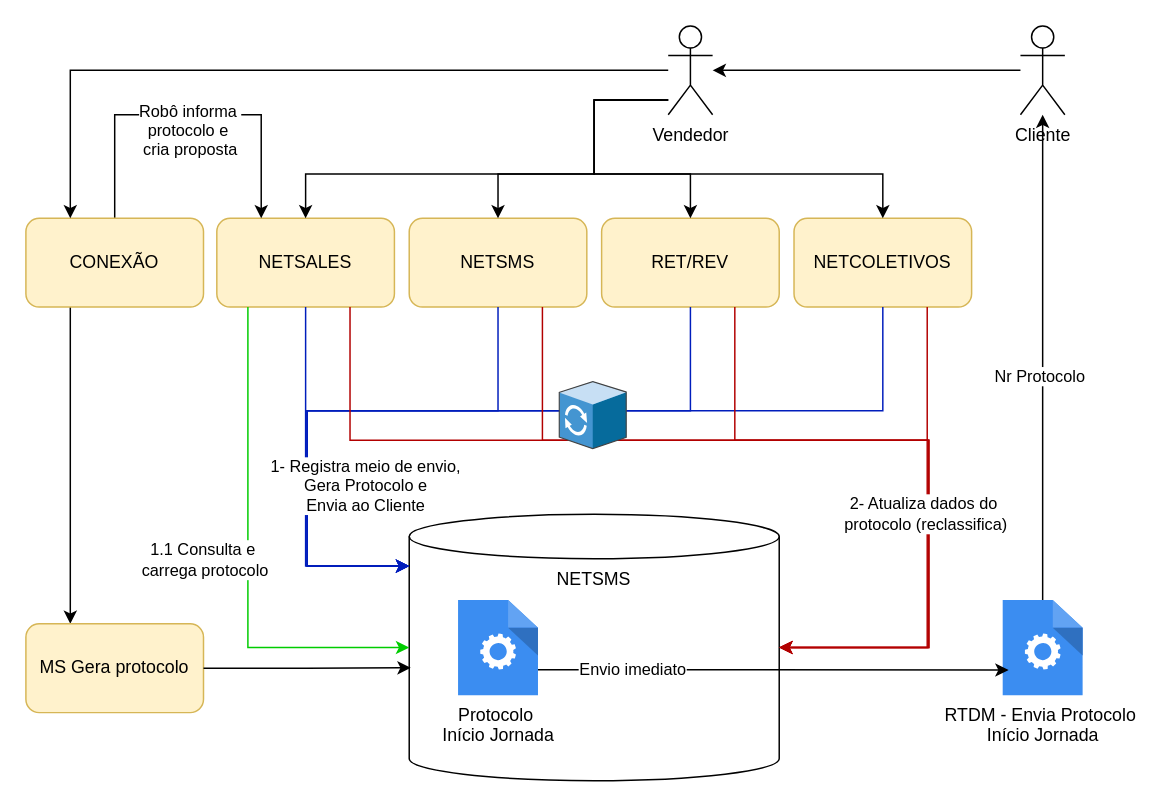
Before: page "v4" (4 of 4) of 120276 /123559 - RGC765 (Atendimento) - Geração de Protocolo em Canais de Vendas.drawio in samirali/ClaroBrasil, a draw.io diagram. Source tidied: cells renumbered, new cells numbered last; positions are measured from the earlier drawing's top-left corner, leaving out a move shared by most shapes. Both pictures are drawn from the tidied source at 148%, with x=0, y=0 at pixel (25, 25).
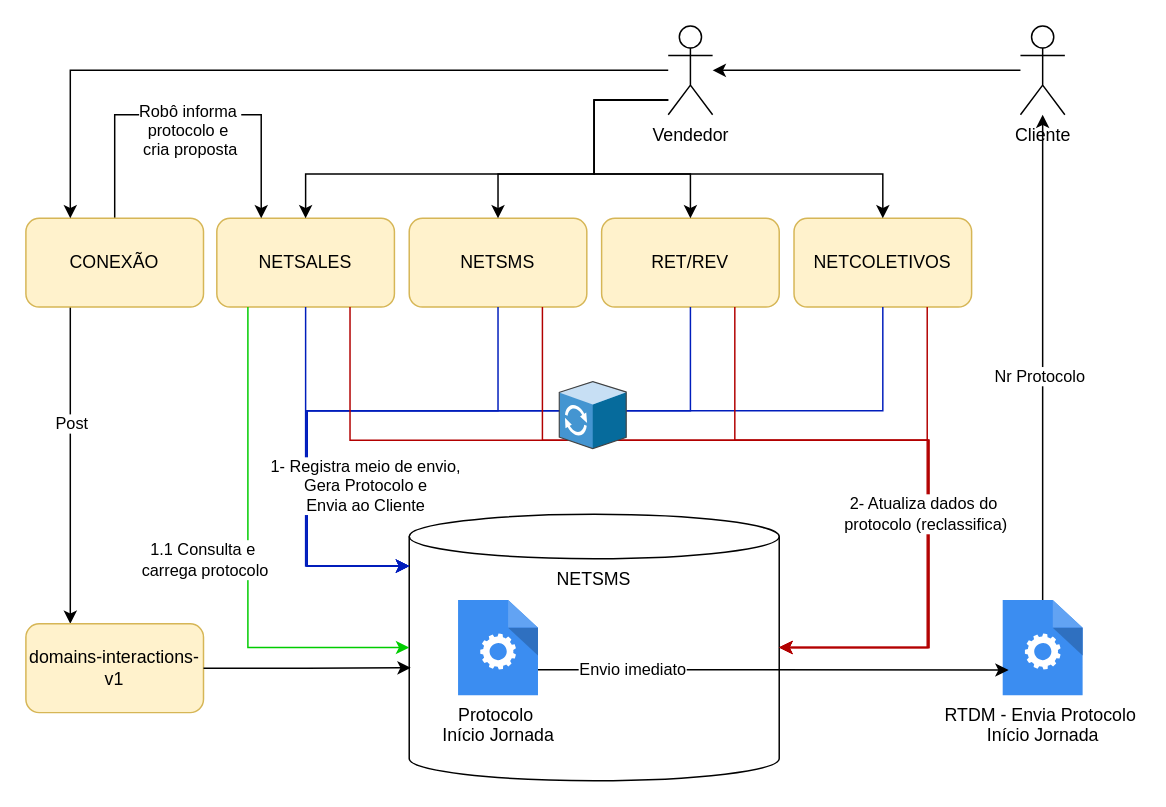
The same page after the edit.

The change refers to these unchanged cells:
```xml
<mxCell id="23" style="edgeStyle=orthogonalEdgeStyle;rounded=0;jettySize=auto;html=1;exitX=0.25;exitY=1;exitDx=0;exitDy=0;entryX=0.25;entryY=0;entryDx=0;entryDy=0;" parent="1" edge="1" source="24" target="26">
  <mxGeometry relative="1" as="geometry" />
</mxCell>
```

The edit, as a diff of the source:
```diff
@@
+    <mxCell id="40" value="Post" style="edgeLabel;html=1;align=center;verticalAlign=middle;" parent="23" vertex="1">
+      <mxGeometry x="-0.27" relative="1" as="geometry" />
+    </mxCell>
@@
-    <mxCell id="26" value="MS Gera protocolo" style="rounded=1;whiteSpace=wrap;html=1;fillColor=#fff2cc;strokeColor=#d6b656;" parent="1" vertex="1">
+    <mxCell id="26" value="domains-interactions-v1" style="rounded=1;whiteSpace=wrap;html=1;fillColor=#fff2cc;strokeColor=#d6b656;" parent="1" vertex="1">
       <mxGeometry y="404" width="120" height="60" as="geometry" />
     </mxCell>
```
